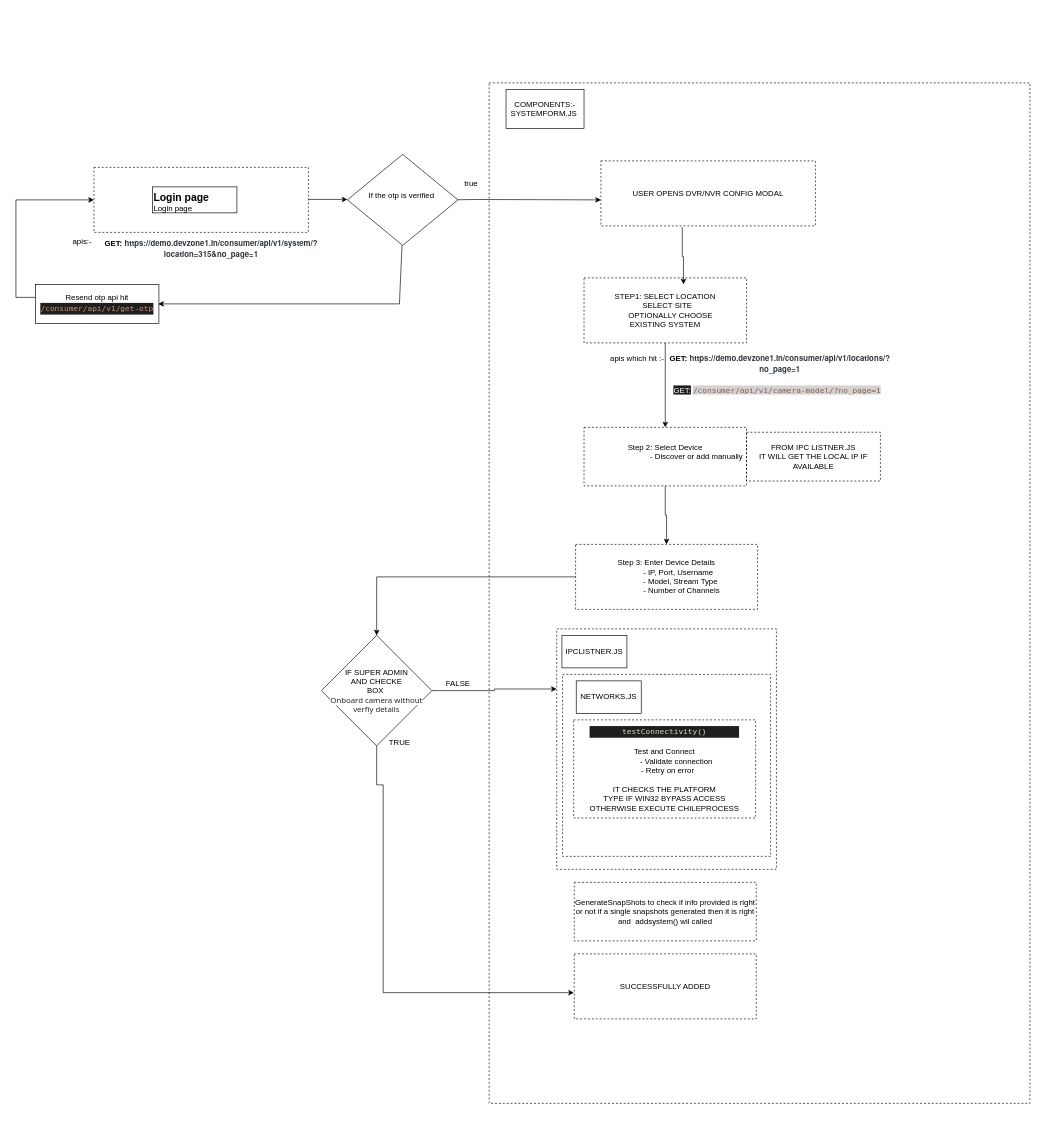
This is page "Page-5" (5 of 5) of Untitled Diagram.drawio from VishalJx/Draw.io, a draw.io file, before an edit. Source tidied: cells renumbered, new cells numbered last; positions are measured from the earlier drawing's top-left corner, leaving out a move shared by most shapes. Both pictures are drawn from the tidied source at 65%, with x=0, y=0 at pixel (16, 83).
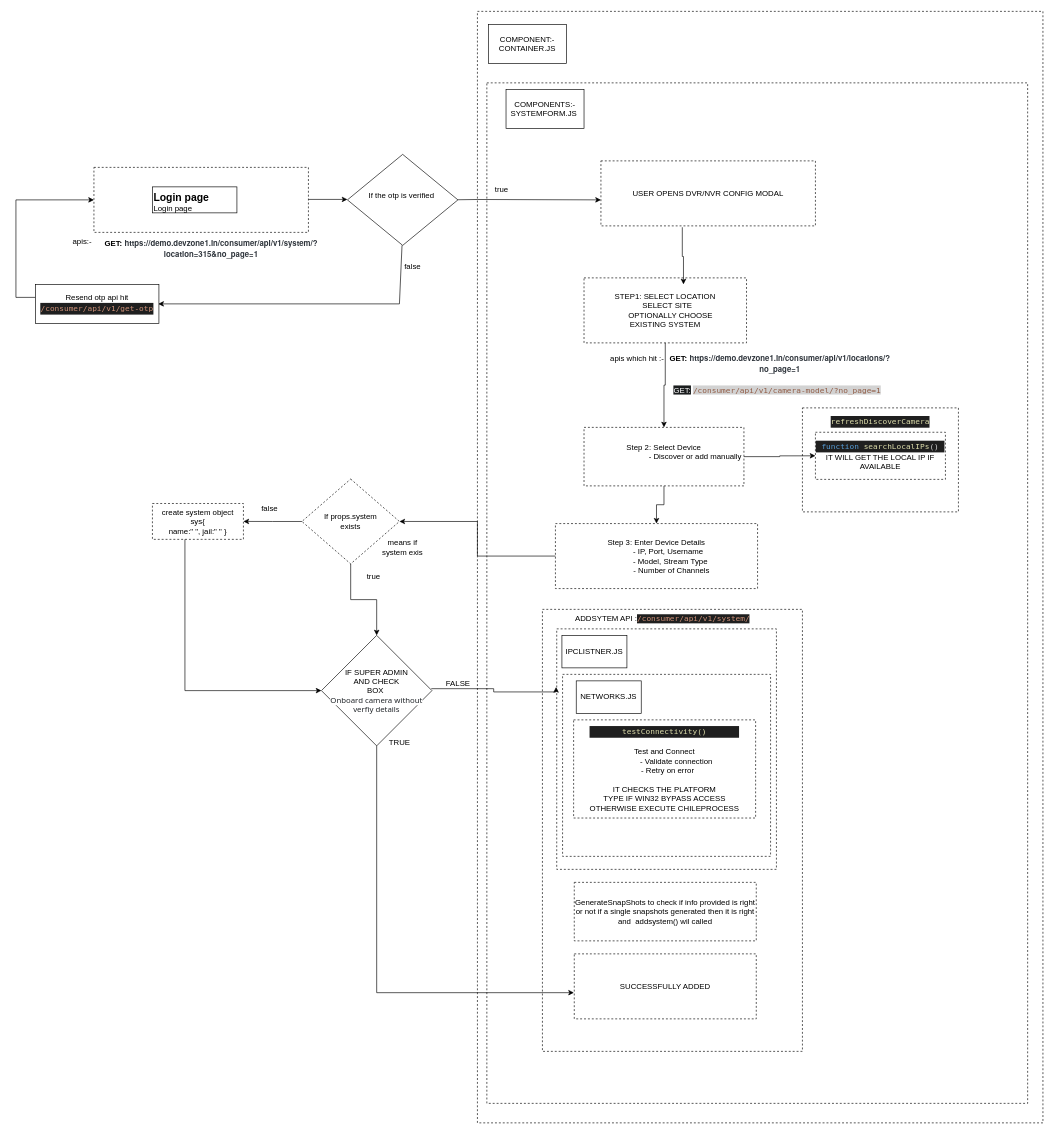
The same diagram, later.

Unchanged cells that the change refers to:
```xml
<mxCell id="4" style="rounded=0;whiteSpace=wrap;html=1;fillColor=none;dashed=1;" parent="1" vertex="1">
  <mxGeometry x="832" y="840" width="338" height="370" as="geometry" />
</mxCell>
<mxCell id="30" value="SUCCESSFULLY ADDED" style="rounded=0;whiteSpace=wrap;html=1;fillColor=none;dashed=1;" parent="1" vertex="1">
  <mxGeometry x="859" y="1340" width="280" height="100" as="geometry" />
</mxCell>
```

The edit, as a diff of the source:
```diff
@@
+    <mxCell id="40" style="rounded=0;whiteSpace=wrap;html=1;fillColor=none;dashed=1;" parent="1" vertex="1">
+      <mxGeometry x="1210" y="500" width="240" height="160" as="geometry" />
+    </mxCell>
+    <mxCell id="41" style="rounded=0;whiteSpace=wrap;html=1;dashed=1;fillColor=none;" parent="1" vertex="1">
+      <mxGeometry x="710" y="-110" width="870" height="1710" as="geometry" />
+    </mxCell>
@@
     <mxCell id="3" style="rounded=0;whiteSpace=wrap;html=1;dashed=1;fillColor=none;" parent="1" vertex="1">
-      <mxGeometry x="728" width="832" height="1570" as="geometry" />
+      <mxGeometry x="724.5" width="832" height="1570" as="geometry" />
     </mxCell>
@@
     <mxCell id="14" value="true" style="text;html=1;align=center;verticalAlign=middle;strokeColor=none;fillColor=none;" parent="1" vertex="1">
-      <mxGeometry x="680" y="140" width="40" height="30" as="geometry" />
+      <mxGeometry x="727" y="150" width="40" height="30" as="geometry" />
     </mxCell>
@@
+    <mxCell id="42" style="edgeStyle=orthogonalEdgeStyle;rounded=0;jettySize=auto;html=1;entryX=0;entryY=0.5;entryDx=0;entryDy=0;" parent="1" edge="1" source="23" target="26">
+      <mxGeometry relative="1" as="geometry" />
+    </mxCell>
     <mxCell id="23" value="Step 2: Select Device&lt;div&gt;&amp;nbsp; &amp;nbsp; &amp;nbsp; &amp;nbsp; &amp;nbsp; &amp;nbsp; &amp;nbsp; &amp;nbsp; &amp;nbsp; &amp;nbsp; &amp;nbsp; &amp;nbsp; &amp;nbsp; &amp;nbsp; &amp;nbsp;- Discover or add manually&lt;br&gt;&lt;br&gt;&lt;/div&gt;" style="rounded=0;whiteSpace=wrap;html=1;fillColor=none;dashed=1;" parent="1" vertex="1">
-      <mxGeometry x="874" y="530" width="250" height="90" as="geometry" />
+      <mxGeometry x="874" y="530" width="246" height="90" as="geometry" />
     </mxCell>
@@
-    <mxCell id="26" value="&lt;div&gt;FROM IPC LISTNER.JS&lt;br&gt;IT WILL GET THE LOCAL IP IF AVAILABLE&lt;/div&gt;" style="rounded=0;whiteSpace=wrap;html=1;fillColor=none;dashed=1;" parent="1" vertex="1">
-      <mxGeometry x="1124" y="537.5" width="206" height="75" as="geometry" />
+    <mxCell id="26" value="&lt;div&gt;&lt;div style=&quot;color: rgb(204, 204, 204); background-color: rgb(31, 31, 31); font-family: Menlo, Monaco, &amp;quot;Courier New&amp;quot;, monospace; line-height: 18px; white-space: pre;&quot;&gt;&lt;span style=&quot;color: rgb(86, 156, 214);&quot;&gt;function&lt;/span&gt; &lt;span style=&quot;color: rgb(220, 220, 170);&quot;&gt;searchLocalIPs&lt;/span&gt;()&lt;/div&gt;IT WILL GET THE LOCAL IP IF AVAILABLE&lt;/div&gt;" style="rounded=0;whiteSpace=wrap;html=1;fillColor=none;dashed=1;" parent="1" vertex="1">
+      <mxGeometry x="1230" y="537.5" width="200" height="72.5" as="geometry" />
     </mxCell>
     <mxCell id="27" style="edgeStyle=orthogonalEdgeStyle;rounded=0;jettySize=auto;html=1;entryX=-0.002;entryY=0.597;entryDx=0;entryDy=0;exitX=0.5;exitY=1;exitDx=0;exitDy=0;entryPerimeter=0;" parent="1" edge="1" source="33" target="30">
       <mxGeometry relative="1" as="geometry">
         <Array as="points">
-          <mxPoint x="565" y="1080" />
+          <mxPoint x="555" y="1400" />
         </Array>
       </mxGeometry>
     </mxCell>
+    <mxCell id="43" style="edgeStyle=orthogonalEdgeStyle;rounded=0;jettySize=auto;html=1;entryX=1;entryY=0.5;entryDx=0;entryDy=0;" parent="1" edge="1" source="28" target="48">
+      <mxGeometry relative="1" as="geometry" />
+    </mxCell>
     <mxCell id="28" value="&lt;div&gt;Step 3: Enter Device Details&lt;/div&gt;&lt;div&gt;&amp;nbsp; &amp;nbsp; &amp;nbsp; &amp;nbsp; &amp;nbsp; &amp;nbsp;- IP, Port, Username&lt;/div&gt;&lt;div&gt;&amp;nbsp; &amp;nbsp; &amp;nbsp; &amp;nbsp; &amp;nbsp; &amp;nbsp; &amp;nbsp;- Model, Stream Type&lt;/div&gt;&lt;div&gt;&amp;nbsp; &amp;nbsp; &amp;nbsp; &amp;nbsp; &amp;nbsp; &amp;nbsp; &amp;nbsp; - Number of Channels&lt;/div&gt;" style="rounded=0;whiteSpace=wrap;html=1;fillColor=none;dashed=1;" parent="1" vertex="1">
-      <mxGeometry x="861" y="710" width="280" height="100" as="geometry" />
+      <mxGeometry x="830" y="678" width="311" height="100" as="geometry" />
     </mxCell>
@@
-    <mxCell id="31" style="edgeStyle=orthogonalEdgeStyle;rounded=0;jettySize=auto;html=1;entryX=0.5;entryY=0;entryDx=0;entryDy=0;" parent="1" edge="1" source="28" target="33">
-      <mxGeometry relative="1" as="geometry" />
-    </mxCell>
-    <mxCell id="32" style="edgeStyle=orthogonalEdgeStyle;rounded=0;jettySize=auto;html=1;exitX=1;exitY=0.5;exitDx=0;exitDy=0;entryX=0;entryY=0.25;entryDx=0;entryDy=0;" parent="1" edge="1" source="33" target="4">
-      <mxGeometry relative="1" as="geometry" />
+    <mxCell id="32" style="edgeStyle=orthogonalEdgeStyle;rounded=0;orthogonalLoop=1;jettySize=auto;html=1;exitX=1;exitY=0.5;exitDx=0;exitDy=0;entryX=0;entryY=0.25;entryDx=0;entryDy=0;" parent="1" edge="1">
+      <mxGeometry relative="1" as="geometry">
+        <mxPoint x="639" y="932" as="sourcePoint" />
+        <mxPoint x="831" y="929.5" as="targetPoint" />
+        <Array as="points">
+          <mxPoint x="735" y="932" />
+          <mxPoint x="735" y="937" />
+          <mxPoint x="831" y="937" />
+        </Array>
+      </mxGeometry>
     </mxCell>
-    <mxCell id="33" value="IF SUPER ADMIN&lt;br&gt;AND CHECKE&lt;br&gt;BOX&amp;nbsp;&lt;br&gt;&lt;span style=&quot;color: rgb(33, 37, 41); font-family: system-ui; text-align: start; background-color: rgb(255, 255, 255);&quot;&gt;Onboard camera without verfiy details&lt;/span&gt;" style="rhombus;whiteSpace=wrap;html=1;strokeColor=default;align=center;verticalAlign=middle;fontFamily=Helvetica;fontSize=12;fontColor=default;fillColor=default;" parent="1" vertex="1">
+    <mxCell id="33" value="IF SUPER ADMIN&lt;br&gt;AND CHECK&lt;br&gt;BOX&amp;nbsp;&lt;br&gt;&lt;span style=&quot;color: rgb(33, 37, 41); font-family: system-ui; text-align: start; background-color: rgb(255, 255, 255);&quot;&gt;Onboard camera without verfiy details&lt;/span&gt;" style="rhombus;whiteSpace=wrap;html=1;strokeColor=default;align=center;verticalAlign=middle;fontFamily=Helvetica;fontSize=12;fontColor=default;fillColor=default;" parent="1" vertex="1">
       <mxGeometry x="470" y="850" width="170" height="170" as="geometry" />
     </mxCell>
@@
+    <mxCell id="44" value="COMPONENT:-CONTAINER.JS" style="rounded=0;whiteSpace=wrap;html=1;" parent="1" vertex="1">
+      <mxGeometry x="727" y="-90" width="120" height="60" as="geometry" />
+    </mxCell>
+    <mxCell id="45" value="false" style="text;html=1;align=center;verticalAlign=middle;strokeColor=none;fillColor=none;" parent="1" vertex="1">
+      <mxGeometry x="585" y="268" width="50" height="30" as="geometry" />
+    </mxCell>
+    <mxCell id="46" style="edgeStyle=orthogonalEdgeStyle;rounded=0;jettySize=auto;html=1;" parent="1" edge="1" source="48" target="33">
+      <mxGeometry relative="1" as="geometry" />
+    </mxCell>
+    <mxCell id="47" style="edgeStyle=orthogonalEdgeStyle;rounded=0;jettySize=auto;html=1;" parent="1" edge="1" source="48" target="52">
+      <mxGeometry relative="1" as="geometry" />
+    </mxCell>
+    <mxCell id="48" value="If props.system&lt;br&gt;exists" style="rhombus;whiteSpace=wrap;html=1;fillColor=none;rounded=0;dashed=1;" parent="1" vertex="1">
+      <mxGeometry x="440" y="609.5" width="150" height="130.5" as="geometry" />
+    </mxCell>
+    <mxCell id="49" value="means if system exis" style="text;html=1;align=center;verticalAlign=middle;whiteSpace=wrap;rounded=0;" parent="1" vertex="1">
+      <mxGeometry x="555" y="700" width="80" height="30" as="geometry" />
+    </mxCell>
+    <mxCell id="50" value="true" style="text;html=1;align=center;verticalAlign=middle;strokeColor=none;fillColor=none;" parent="1" vertex="1">
+      <mxGeometry x="530" y="745" width="40" height="30" as="geometry" />
+    </mxCell>
+    <mxCell id="51" style="edgeStyle=orthogonalEdgeStyle;rounded=0;jettySize=auto;html=1;entryX=0;entryY=0.5;entryDx=0;entryDy=0;" parent="1" edge="1" source="52" target="33">
+      <mxGeometry relative="1" as="geometry">
+        <Array as="points">
+          <mxPoint x="260" y="935" />
+        </Array>
+      </mxGeometry>
+    </mxCell>
+    <mxCell id="52" value="create system object&lt;br&gt;sys{&lt;br&gt;name:&quot; &quot;, jail:&quot; &quot; }" style="whiteSpace=wrap;html=1;fillColor=none;rounded=0;dashed=1;" parent="1" vertex="1">
+      <mxGeometry x="210" y="647.1" width="140" height="55.2" as="geometry" />
+    </mxCell>
+    <mxCell id="53" value="false" style="text;html=1;align=center;verticalAlign=middle;strokeColor=none;fillColor=none;" parent="1" vertex="1">
+      <mxGeometry x="365" y="640" width="50" height="30" as="geometry" />
+    </mxCell>
+    <mxCell id="54" style="rounded=0;whiteSpace=wrap;html=1;fillColor=none;dashed=1;" parent="1" vertex="1">
+      <mxGeometry x="810" y="810" width="400" height="680" as="geometry" />
+    </mxCell>
+    <mxCell id="55" value="ADDSYTEM API :&lt;span style=&quot;color: rgb(206, 145, 120); background-color: rgb(31, 31, 31); font-family: Menlo, Monaco, &amp;quot;Courier New&amp;quot;, monospace; white-space: pre;&quot;&gt;/consumer/api/v1/system/&lt;/span&gt;" style="text;html=1;align=center;verticalAlign=middle;whiteSpace=wrap;rounded=0;" parent="1" vertex="1">
+      <mxGeometry x="830" y="810" width="330" height="30" as="geometry" />
+    </mxCell>
+    <mxCell id="56" value="&lt;div style=&quot;color: rgb(204, 204, 204); background-color: rgb(31, 31, 31); font-family: Menlo, Monaco, &amp;quot;Courier New&amp;quot;, monospace; line-height: 18px; white-space: pre;&quot;&gt;&lt;span style=&quot;color: #dcdcaa;&quot;&gt;refreshDiscoverCamera&lt;/span&gt;&lt;/div&gt;" style="text;html=1;align=center;verticalAlign=middle;whiteSpace=wrap;rounded=0;" parent="1" vertex="1">
+      <mxGeometry x="1235" y="520" width="190" as="geometry" />
+    </mxCell>
```
